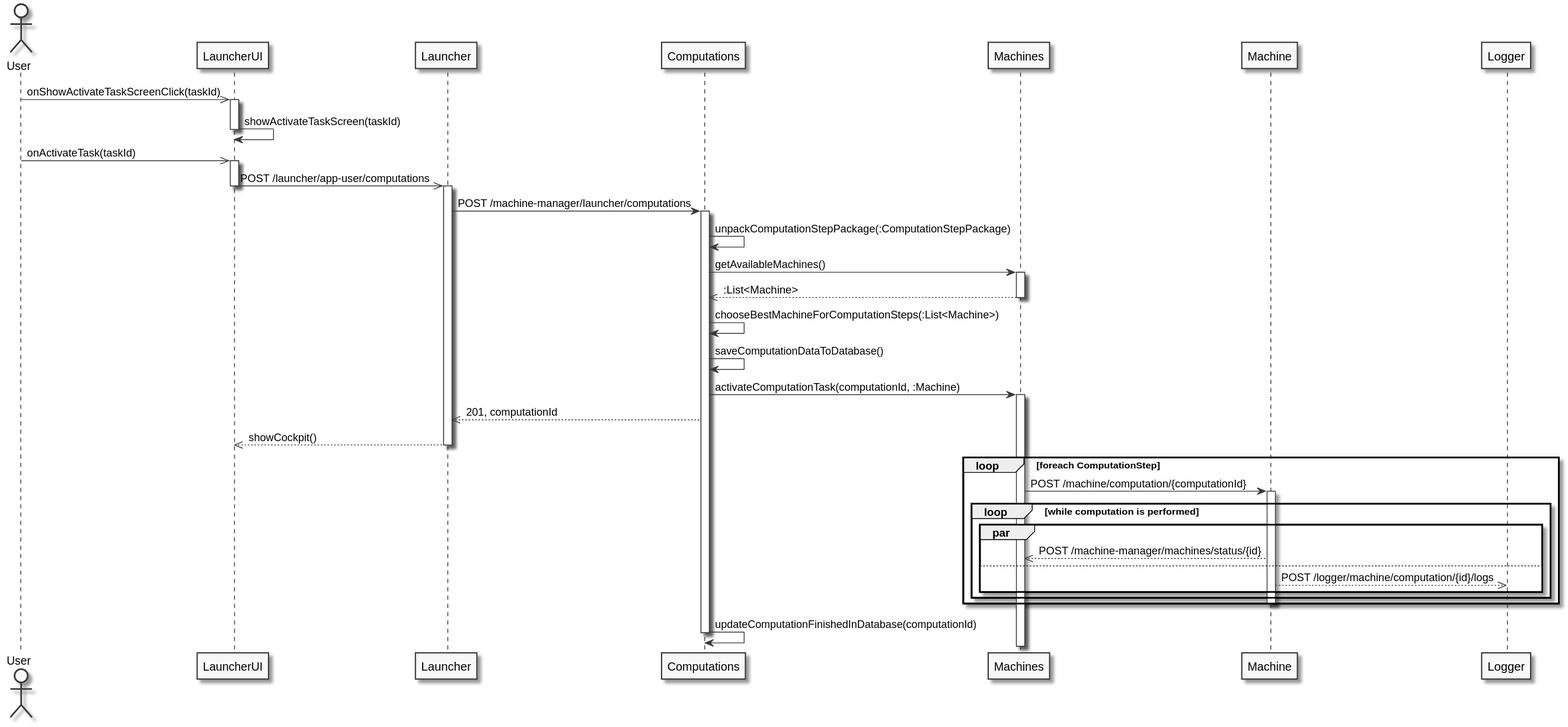
Before: sequences/T4_sequence_main.svg, a diagram exported from PlantUML (Plan-B-PO/docs).
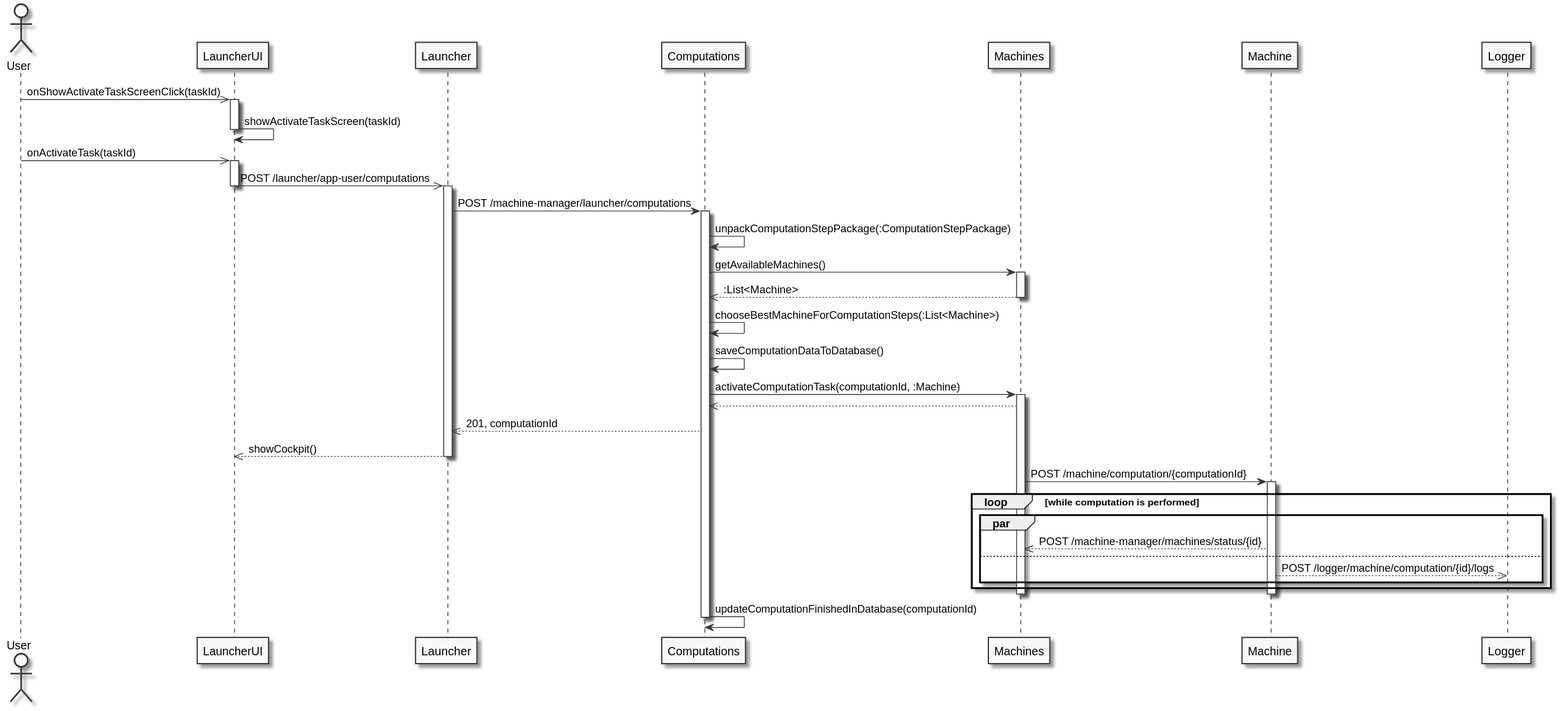
Above is the later version.

Diff of the diagram source:
```diff
@@ -33,34 +33,34 @@
 
 Computations -> Machines : activateComputationTask(computationId, :Machine)
 activate Machines
+Machines -->> Computations
 
 Computations -->> Launcher : 201, computationId
 Launcher -->> LauncherUI : showCockpit()
 deactivate Launcher
 
 
-loop foreach ComputationStep
+Machines -> Machine : POST /machine/computation/{computationId}
+activate Machine
 
-    Machines -> Machine : POST /machine/computation/{computationId}
-    activate Machine
+loop while computation is performed
 
-    loop while computation is performed
+    par
 
-        par
+        Machine -->> Machines : POST /machine-manager/machines/status/{id}
 
-			Machine -->> Machines : POST /machine-manager/machines/status/{id}
+    else
 
-        else
+        Machine -->> Logger : POST /logger/machine/computation/{id}/logs
 
-            Machine -->> Logger : POST /logger/machine/computation/{id}/logs
-
-        end par
-
-    end loop
-
-    deactivate Machine
+    end par
 
 end loop
+
+deactivate Machine
+
+
+deactivate Machines
 
 Computations -> Computations : updateComputationFinishedInDatabase(computationId)
 deactivate Computations
```
